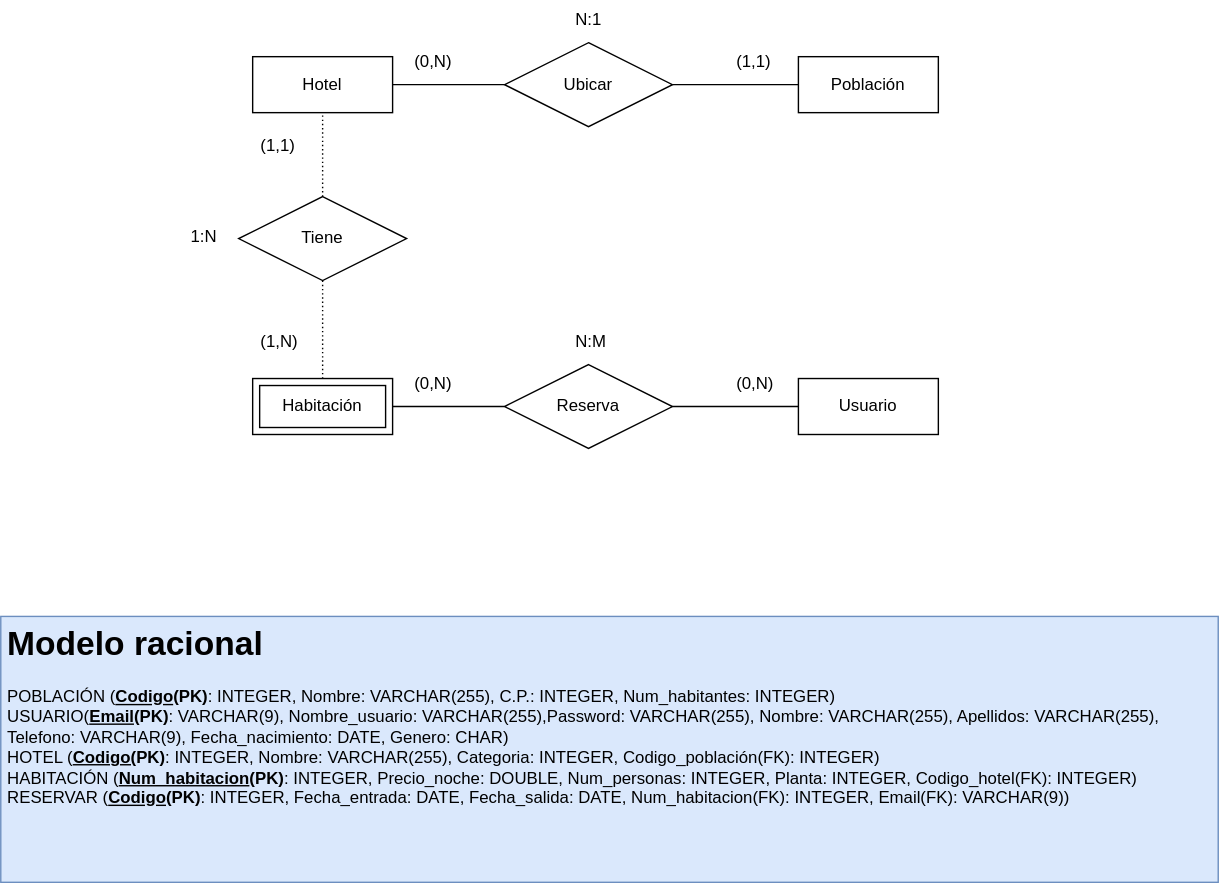
Earlier version of the draw.io export Hotelio1.0.svg (BCR22-Team4-ProyectoFinal/Database_diagrama). Source tidied: cells renumbered, new cells last; positions are measured from the earlier drawing's top-left corner, leaving out a move shared by most shapes.
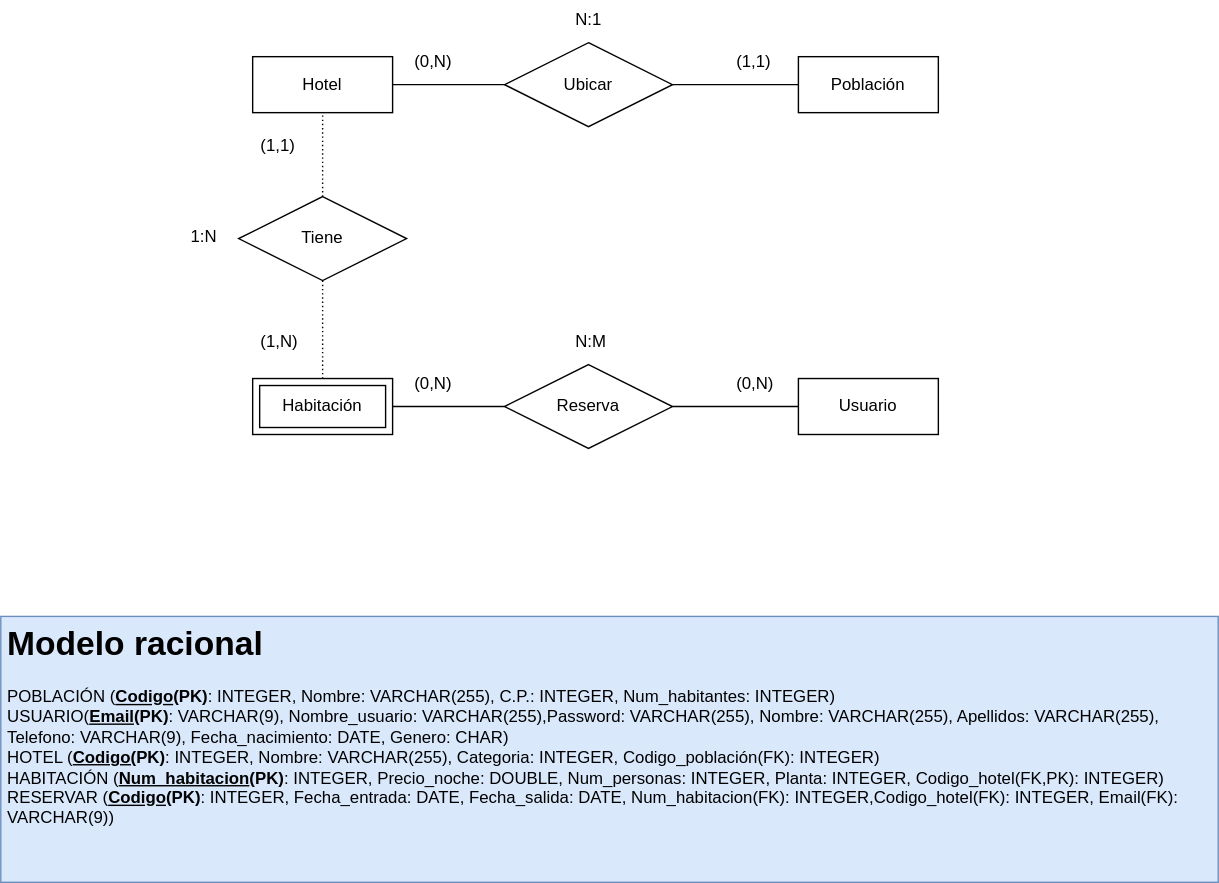
After the change.

Commit message:
Actualizar la entidad debil

Diff of the diagram source:
```diff
@@ -70,7 +70,7 @@
     <mxCell id="23" value="N:M" style="text;strokeColor=none;fillColor=none;spacingLeft=4;spacingRight=4;overflow=hidden;fontSize=12;" parent="1" vertex="1">
       <mxGeometry x="405" y="230" width="40" height="30" as="geometry" />
     </mxCell>
-    <mxCell id="24" value="&lt;h1&gt;Modelo racional&lt;/h1&gt;&lt;div&gt;POBLACIÓN (&lt;b&gt;&lt;u&gt;Codigo&lt;/u&gt;(PK)&lt;/b&gt;: INTEGER, Nombre: VARCHAR(255), C.P.: INTEGER, Num_habitantes: INTEGER)&lt;/div&gt;&lt;div&gt;USUARIO(&lt;b&gt;&lt;u&gt;Email&lt;/u&gt;(PK)&lt;/b&gt;: VARCHAR(9), Nombre_usuario: VARCHAR(255),Password: VARCHAR(255), Nombre: VARCHAR(255), Apellidos: VARCHAR(255), Telefono: VARCHAR(9), Fecha_nacimiento: DATE, Genero: CHAR)&lt;/div&gt;&lt;div&gt;HOTEL (&lt;b&gt;&lt;u&gt;Codigo(&lt;/u&gt;PK)&lt;/b&gt;: INTEGER, Nombre: VARCHAR(255), Categoria: INTEGER, Codigo_población(FK): INTEGER)&lt;/div&gt;&lt;div&gt;HABITACIÓN (&lt;b&gt;&lt;u&gt;Num_habitacion&lt;/u&gt;(PK)&lt;/b&gt;: INTEGER, Precio_noche: DOUBLE, Num_personas: INTEGER, Planta: INTEGER, Codigo_hotel(FK): INTEGER)&lt;/div&gt;&lt;div&gt;RESERVAR (&lt;b&gt;&lt;u&gt;Codigo&lt;/u&gt;(PK)&lt;/b&gt;: INTEGER, Fecha_entrada: DATE, Fecha_salida: DATE, Num_habitacion(FK): INTEGER, Email(FK): VARCHAR(9))&lt;/div&gt;" style="text;html=1;strokeColor=#6c8ebf;fillColor=#dae8fc;spacing=5;spacingTop=-20;whiteSpace=wrap;overflow=hidden;rounded=0;" parent="1" vertex="1">
+    <mxCell id="24" value="&lt;h1&gt;Modelo racional&lt;/h1&gt;&lt;div&gt;POBLACIÓN (&lt;b&gt;&lt;u&gt;Codigo&lt;/u&gt;(PK)&lt;/b&gt;: INTEGER, Nombre: VARCHAR(255), C.P.: INTEGER, Num_habitantes: INTEGER)&lt;/div&gt;&lt;div&gt;USUARIO(&lt;b&gt;&lt;u&gt;Email&lt;/u&gt;(PK)&lt;/b&gt;: VARCHAR(9), Nombre_usuario: VARCHAR(255),Password: VARCHAR(255), Nombre: VARCHAR(255), Apellidos: VARCHAR(255), Telefono: VARCHAR(9), Fecha_nacimiento: DATE, Genero: CHAR)&lt;/div&gt;&lt;div&gt;HOTEL (&lt;b&gt;&lt;u&gt;Codigo(&lt;/u&gt;PK)&lt;/b&gt;: INTEGER, Nombre: VARCHAR(255), Categoria: INTEGER, Codigo_población(FK): INTEGER)&lt;/div&gt;&lt;div&gt;HABITACIÓN (&lt;b&gt;&lt;u&gt;Num_habitacion&lt;/u&gt;(PK)&lt;/b&gt;: INTEGER, Precio_noche: DOUBLE, Num_personas: INTEGER, Planta: INTEGER, Codigo_hotel(FK,PK&lt;span style=&quot;background-color: initial;&quot;&gt;): INTEGER)&lt;/span&gt;&lt;/div&gt;&lt;div&gt;RESERVAR (&lt;b&gt;&lt;u&gt;Codigo&lt;/u&gt;(PK)&lt;/b&gt;: INTEGER, Fecha_entrada: DATE, Fecha_salida: DATE, Num_habitacion(FK): INTEGER,Codigo_hotel(FK): INTEGER, Email(FK): VARCHAR(9))&lt;/div&gt;" style="text;html=1;strokeColor=#6c8ebf;fillColor=#dae8fc;spacing=5;spacingTop=-20;whiteSpace=wrap;overflow=hidden;rounded=0;" parent="1" vertex="1">
       <mxGeometry y="440" width="870" height="190" as="geometry" />
     </mxCell>
   </root>
```
